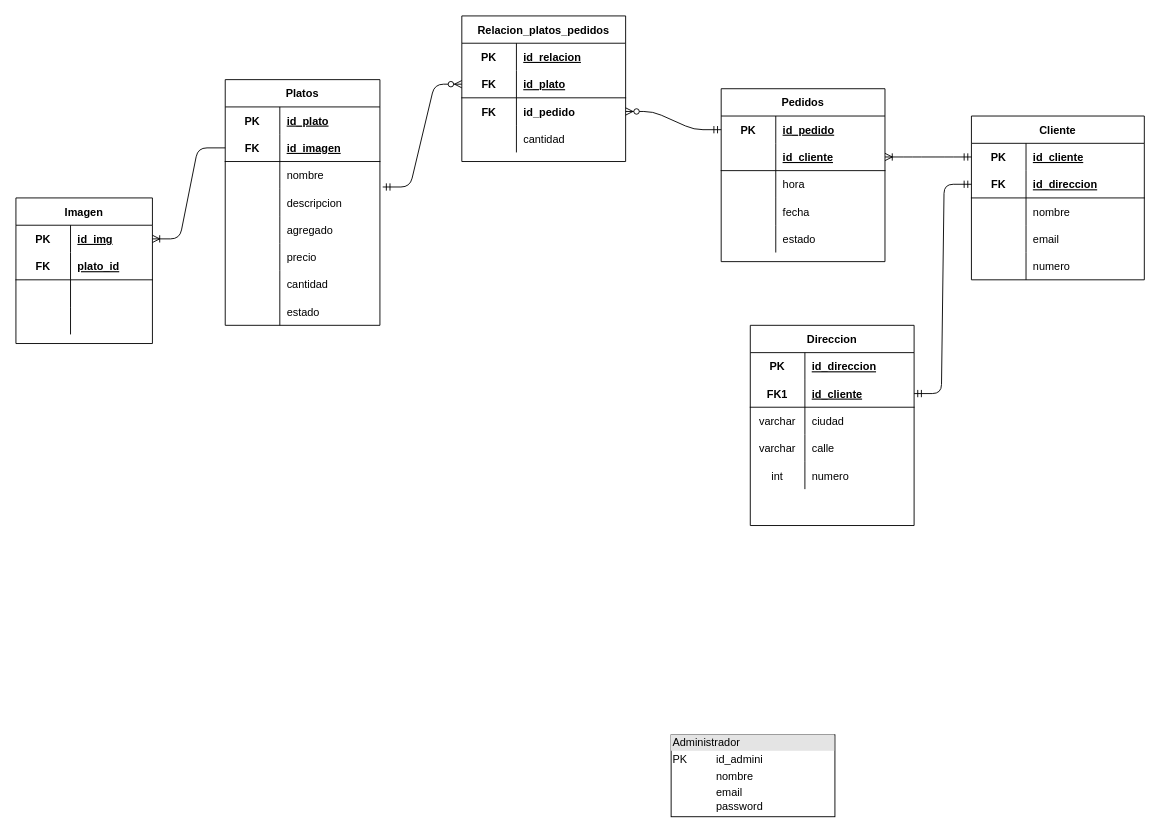
Before: Diseno-base-datos-restaurant.drawio in nina011/bpmn_vi_semestre, a draw.io diagram. Source tidied: cells renumbered, new cells numbered last; positions are measured from the earlier drawing's top-left corner, leaving out a move shared by most shapes. Both pictures are drawn from the tidied source at 91%, with x=0, y=0 at pixel (15, 15).
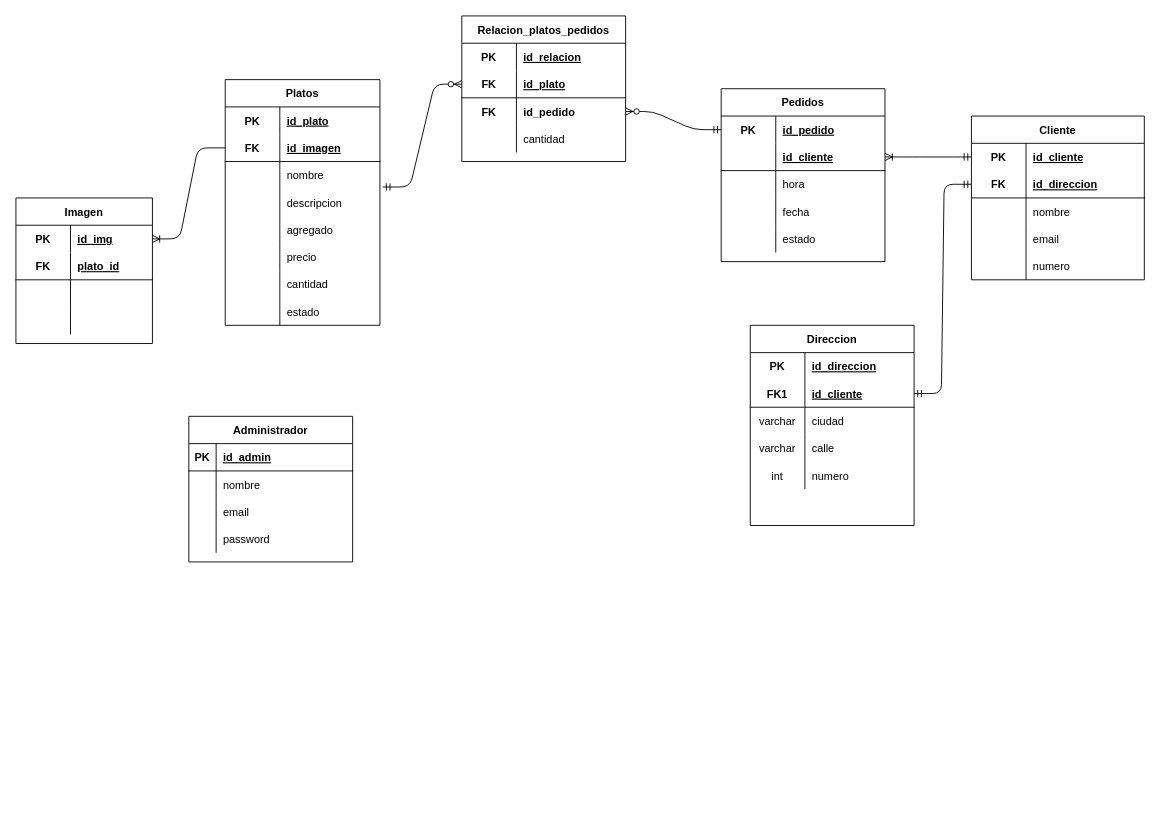
After the change.

Diff of the diagram source:
```diff
@@
-    <mxCell id="2" value="&lt;div style=&quot;box-sizing: border-box ; width: 100% ; background: #e4e4e4 ; padding: 2px&quot;&gt;Administrador&lt;/div&gt;&lt;table style=&quot;width: 100% ; font-size: 1em&quot; cellspacing=&quot;0&quot; cellpadding=&quot;2&quot;&gt;&lt;tbody&gt;&lt;tr&gt;&lt;td&gt;PK&lt;/td&gt;&lt;td&gt;id_admini&lt;/td&gt;&lt;/tr&gt;&lt;tr&gt;&lt;td&gt;&lt;br&gt;&lt;/td&gt;&lt;td&gt;nombre&lt;/td&gt;&lt;/tr&gt;&lt;tr&gt;&lt;td&gt;&lt;br&gt;&lt;/td&gt;&lt;td&gt;email&lt;br&gt;password&lt;br&gt;&lt;/td&gt;&lt;/tr&gt;&lt;/tbody&gt;&lt;/table&gt;" style="verticalAlign=top;align=left;overflow=fill;html=1;" parent="1" vertex="1">
-      <mxGeometry x="720" y="790" width="180" height="90" as="geometry" />
-    </mxCell>
@@
+    <mxCell id="108" value="Administrador" style="shape=table;startSize=30;childLayout=tableLayout;rowLines=0;fontStyle=1;align=center;" parent="1" vertex="1">
+      <mxGeometry x="190" y="440" width="180" height="160" as="geometry" />
+    </mxCell>
+    <mxCell id="109" style="shape=partialRectangle;fillColor=none;top=0;left=0;bottom=1;right=0;" parent="108" vertex="1">
+      <mxGeometry y="30" width="180" height="30" as="geometry" />
+    </mxCell>
+    <mxCell id="110" value="PK" style="shape=partialRectangle;fillColor=none;top=0;left=0;bottom=0;right=0;fontStyle=1;overflow=hidden;" parent="109" vertex="1">
+      <mxGeometry width="30" height="30" as="geometry" />
+    </mxCell>
+    <mxCell id="111" value="id_admin" style="shape=partialRectangle;fillColor=none;top=0;left=0;bottom=0;right=0;align=left;spacingLeft=6;fontStyle=5;overflow=hidden;" parent="109" vertex="1">
+      <mxGeometry x="30" width="150" height="30" as="geometry" />
+    </mxCell>
+    <mxCell id="112" style="shape=partialRectangle;fillColor=none;top=0;left=0;bottom=0;right=0;" parent="108" vertex="1">
+      <mxGeometry y="60" width="180" height="30" as="geometry" />
+    </mxCell>
+    <mxCell id="113" style="shape=partialRectangle;fillColor=none;top=0;left=0;bottom=0;right=0;overflow=hidden;" parent="112" vertex="1">
+      <mxGeometry width="30" height="30" as="geometry" />
+    </mxCell>
+    <mxCell id="114" value="nombre" style="shape=partialRectangle;fillColor=none;top=0;left=0;bottom=0;right=0;align=left;spacingLeft=6;overflow=hidden;" parent="112" vertex="1">
+      <mxGeometry x="30" width="150" height="30" as="geometry" />
+    </mxCell>
+    <mxCell id="115" style="shape=partialRectangle;fillColor=none;top=0;left=0;bottom=0;right=0;" parent="108" vertex="1">
+      <mxGeometry y="90" width="180" height="30" as="geometry" />
+    </mxCell>
+    <mxCell id="116" style="shape=partialRectangle;fillColor=none;top=0;left=0;bottom=0;right=0;overflow=hidden;" parent="115" vertex="1">
+      <mxGeometry width="30" height="30" as="geometry" />
+    </mxCell>
+    <mxCell id="117" value="email" style="shape=partialRectangle;fillColor=none;top=0;left=0;bottom=0;right=0;align=left;spacingLeft=6;overflow=hidden;" parent="115" vertex="1">
+      <mxGeometry x="30" width="150" height="30" as="geometry" />
+    </mxCell>
+    <mxCell id="118" style="shape=partialRectangle;fillColor=none;top=0;left=0;bottom=0;right=0;" parent="108" vertex="1">
+      <mxGeometry y="120" width="180" height="30" as="geometry" />
+    </mxCell>
+    <mxCell id="119" style="shape=partialRectangle;fillColor=none;top=0;left=0;bottom=0;right=0;overflow=hidden;" parent="118" vertex="1">
+      <mxGeometry width="30" height="30" as="geometry" />
+    </mxCell>
+    <mxCell id="120" value="password" style="shape=partialRectangle;fillColor=none;top=0;left=0;bottom=0;right=0;align=left;spacingLeft=6;overflow=hidden;" parent="118" vertex="1">
+      <mxGeometry x="30" width="150" height="30" as="geometry" />
+    </mxCell>
```
